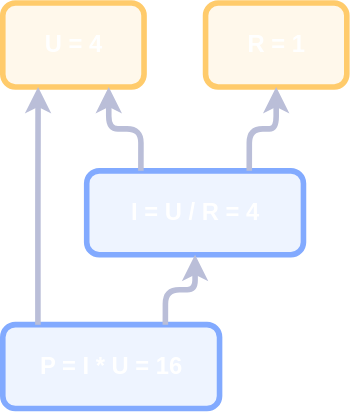
The draw.io diagram drawio/urip_3.drawio.svg in alfertev2014/holyjs-2026-autumn, before a commit. Source tidied: cells renumbered, new cells last; positions are measured from the earlier drawing's top-left corner, leaving out a move shared by most shapes.
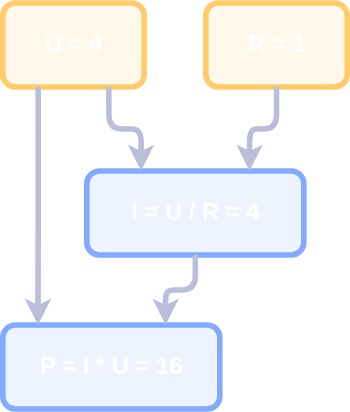
After the change.

Diff of the diagram source:
```diff
@@ -14,16 +14,16 @@
     <mxCell id="5" value="&lt;span style=&quot;color: light-dark(rgb(255, 255, 255), rgb(255, 255, 255));&quot;&gt;P = I * U = 16&lt;/span&gt;" style="rounded=1;whiteSpace=wrap;html=1;roundedPerimeter=1;strokeWidth=4;strokeColor=light-dark(#82AAFF,#82AAFF);fillColor=light-dark(#82AAFF22,#82AAFF22);fontSize=17;fontStyle=1;" parent="1" vertex="1">
       <mxGeometry y="230" width="155" height="60" as="geometry" />
     </mxCell>
-    <mxCell id="6" style="endArrow=classic;html=1;strokeWidth=4;strokeColor=light-dark(#BABED8,#BABED8);edgeStyle=orthogonalEdgeStyle;exitX=0.25;exitY=0;exitDx=0;exitDy=0;entryX=0.75;entryY=1;entryDx=0;entryDy=0;" parent="1" edge="1" source="4" target="2">
+    <mxCell id="6" style="endArrow=classic;html=1;strokeWidth=4;strokeColor=light-dark(#BABED8,#BABED8);edgeStyle=orthogonalEdgeStyle;exitX=0.75;exitY=1;exitDx=0;exitDy=0;entryX=0.25;entryY=0;entryDx=0;entryDy=0;" parent="1" edge="1" source="2" target="4">
       <mxGeometry relative="1" as="geometry" />
     </mxCell>
-    <mxCell id="7" style="endArrow=classic;html=1;strokeWidth=4;strokeColor=light-dark(#BABED8,#BABED8);edgeStyle=orthogonalEdgeStyle;exitX=0.75;exitY=0;exitDx=0;exitDy=0;entryX=0.5;entryY=1;entryDx=0;entryDy=0;" parent="1" edge="1" source="4" target="3">
+    <mxCell id="7" style="endArrow=classic;html=1;strokeWidth=4;strokeColor=light-dark(#BABED8,#BABED8);edgeStyle=orthogonalEdgeStyle;exitX=0.5;exitY=1;exitDx=0;exitDy=0;entryX=0.75;entryY=0;entryDx=0;entryDy=0;" parent="1" edge="1" source="3" target="4">
       <mxGeometry relative="1" as="geometry" />
     </mxCell>
-    <mxCell id="8" style="endArrow=classic;html=1;strokeWidth=4;strokeColor=light-dark(#BABED8,#BABED8);edgeStyle=orthogonalEdgeStyle;exitX=0.75;exitY=0;exitDx=0;exitDy=0;entryX=0.5;entryY=1;entryDx=0;entryDy=0;" parent="1" edge="1" source="5" target="4">
+    <mxCell id="8" style="endArrow=classic;html=1;strokeWidth=4;strokeColor=light-dark(#BABED8,#BABED8);edgeStyle=orthogonalEdgeStyle;exitX=0.5;exitY=1;exitDx=0;exitDy=0;entryX=0.75;entryY=0;entryDx=0;entryDy=0;" parent="1" edge="1" source="4" target="5">
       <mxGeometry relative="1" as="geometry" />
     </mxCell>
-    <mxCell id="9" style="endArrow=classic;html=1;strokeWidth=4;strokeColor=light-dark(#BABED8,#BABED8);edgeStyle=orthogonalEdgeStyle;entryX=0.25;entryY=1;entryDx=0;entryDy=0;exitX=0.158;exitY=-0.006;exitDx=0;exitDy=0;" parent="1" edge="1" source="5" target="2">
+    <mxCell id="9" style="endArrow=classic;html=1;strokeWidth=4;strokeColor=light-dark(#BABED8,#BABED8);edgeStyle=orthogonalEdgeStyle;entryX=0.158;entryY=-0.006;entryDx=0;entryDy=0;exitX=0.25;exitY=1;exitDx=0;exitDy=0;" parent="1" edge="1" source="2" target="5">
       <mxGeometry relative="1" as="geometry" />
     </mxCell>
   </root>
```
